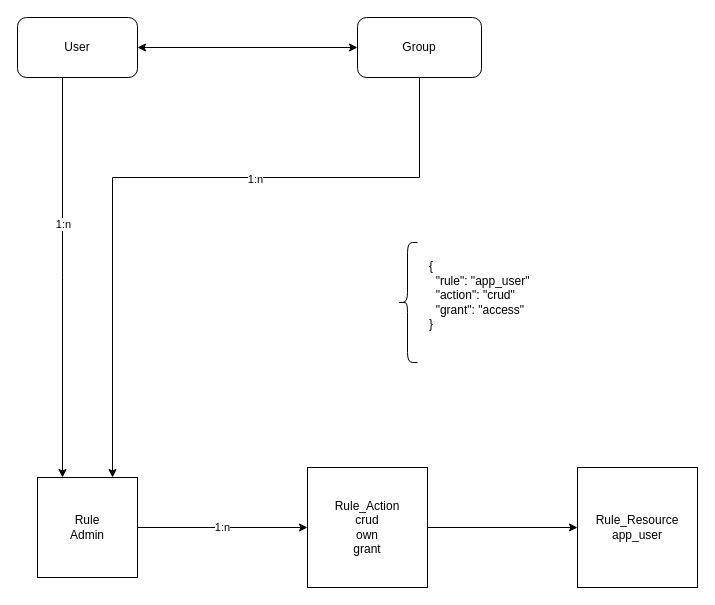
Above: Untitled Diagram.drawio in spy7/diagrams (draw.io), before the change. Source tidied: cells renumbered, new cells numbered last; positions are measured from the earlier drawing's top-left corner, leaving out a move shared by most shapes. Both pictures are drawn from the tidied source at 100%, with x=0, y=0 at pixel (17, 17).
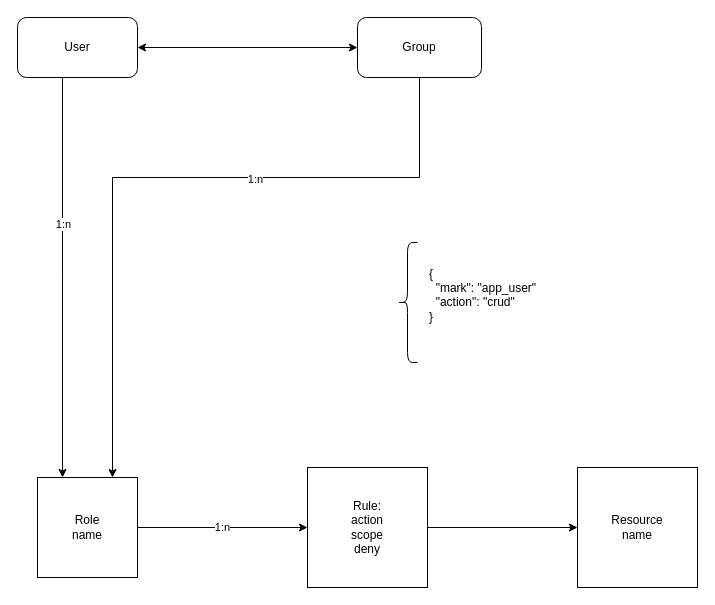
Above is the later version.

What changed in the source:
```diff
@@
 <mxGraphModel>
   <root>
     <mxCell id="0" />
     <mxCell id="1" parent="0" />
-    <mxCell id="2" value="Rule_Resource&lt;br&gt;app_user" style="whiteSpace=wrap;html=1;" parent="1" vertex="1">
+    <mxCell id="2" value="Resource&lt;br&gt;name" style="whiteSpace=wrap;html=1;" parent="1" vertex="1">
       <mxGeometry x="560" y="450" width="120" height="120" as="geometry" />
     </mxCell>
     <mxCell id="3" style="edgeStyle=orthogonalEdgeStyle;rounded=0;jettySize=auto;html=1;" parent="1" edge="1" source="4" target="2">
       <mxGeometry relative="1" as="geometry" />
     </mxCell>
-    <mxCell id="4" value="Rule_Action&lt;br&gt;crud&lt;br&gt;own&lt;br&gt;grant" style="whiteSpace=wrap;html=1;" parent="1" vertex="1">
+    <mxCell id="4" value="Rule:&lt;br&gt;action&lt;br&gt;scope&lt;br&gt;deny" style="whiteSpace=wrap;html=1;" parent="1" vertex="1">
       <mxGeometry x="290" y="450" width="120" height="120" as="geometry" />
     </mxCell>
     <mxCell id="5" value="1:n" style="edgeStyle=orthogonalEdgeStyle;rounded=0;jettySize=auto;html=1;startArrow=none;startFill=0;" parent="1" edge="1" source="6" target="4">
       <mxGeometry relative="1" as="geometry" />
     </mxCell>
-    <mxCell id="6" value="Rule&lt;br&gt;Admin" style="whiteSpace=wrap;html=1;" parent="1" vertex="1">
+    <mxCell id="6" value="Role&lt;br&gt;name" style="whiteSpace=wrap;html=1;" parent="1" vertex="1">
       <mxGeometry x="20" y="460" width="100" height="100" as="geometry" />
     </mxCell>
     <mxCell id="7" style="edgeStyle=orthogonalEdgeStyle;rounded=0;jettySize=auto;html=1;startArrow=none;startFill=0;entryX=0.25;entryY=0;entryDx=0;entryDy=0;" parent="1" edge="1" source="9" target="6">
       <mxGeometry relative="1" as="geometry">
         <Array as="points">
           <mxPoint x="45" y="260" />
           <mxPoint x="45" y="260" />
         </Array>
       </mxGeometry>
     </mxCell>
     <mxCell id="8" value="1:n" style="edgeLabel;html=1;align=center;verticalAlign=middle;" parent="7" vertex="1">
       <mxGeometry x="-0.27" relative="1" as="geometry" />
     </mxCell>
     <mxCell id="9" value="User" style="rounded=1;whiteSpace=wrap;html=1;" parent="1" vertex="1">
       <mxGeometry width="120" height="60" as="geometry" />
     </mxCell>
     <mxCell id="10" style="edgeStyle=orthogonalEdgeStyle;rounded=0;jettySize=auto;html=1;entryX=1;entryY=0.5;entryDx=0;entryDy=0;startArrow=classic;startFill=1;" parent="1" edge="1" source="13" target="9">
       <mxGeometry relative="1" as="geometry" />
     </mxCell>
     <mxCell id="11" style="edgeStyle=orthogonalEdgeStyle;rounded=0;jettySize=auto;html=1;startArrow=none;startFill=0;entryX=0.75;entryY=0;entryDx=0;entryDy=0;" parent="1" edge="1" source="13" target="6">
       <mxGeometry relative="1" as="geometry">
         <Array as="points">
           <mxPoint x="402" y="160" />
           <mxPoint x="95" y="160" />
         </Array>
       </mxGeometry>
     </mxCell>
     <mxCell id="12" value="1:n" style="edgeLabel;html=1;align=center;verticalAlign=middle;" parent="11" vertex="1">
       <mxGeometry x="-0.25" y="1" relative="1" as="geometry" />
     </mxCell>
     <mxCell id="13" value="Group" style="rounded=1;whiteSpace=wrap;html=1;" parent="1" vertex="1">
       <mxGeometry x="340" width="124" height="60" as="geometry" />
     </mxCell>
     <mxCell id="14" style="shape=curlyBracket;whiteSpace=wrap;html=1;rounded=1;" parent="1" vertex="1">
       <mxGeometry x="380" y="225" width="20" height="120" as="geometry" />
     </mxCell>
-    <mxCell id="15" value="{ &lt;br&gt;&amp;nbsp; &quot;rule&quot;: &quot;app_user&quot;&lt;br&gt;&amp;nbsp; &quot;action&quot;: &quot;crud&quot;&lt;br&gt;&amp;nbsp; &quot;grant&quot;: &quot;access&quot;&lt;br&gt;}&lt;br&gt;&lt;div&gt;&lt;br&gt;&lt;/div&gt;" style="text;html=1;align=left;verticalAlign=middle;strokeColor=none;" parent="1" vertex="1">
-      <mxGeometry x="410" y="240" width="120" height="90" as="geometry" />
+    <mxCell id="15" value="{ &lt;br&gt;&amp;nbsp; &quot;mark&quot;: &quot;app_user&quot;&lt;br&gt;&amp;nbsp; &quot;action&quot;: &quot;crud&quot;&lt;br&gt;}&lt;br&gt;&lt;div&gt;&lt;br&gt;&lt;/div&gt;" style="text;html=1;align=left;verticalAlign=middle;strokeColor=none;" parent="1" vertex="1">
+      <mxGeometry x="410" y="245" width="120" height="80" as="geometry" />
     </mxCell>
   </root>
 </mxGraphModel>
```
